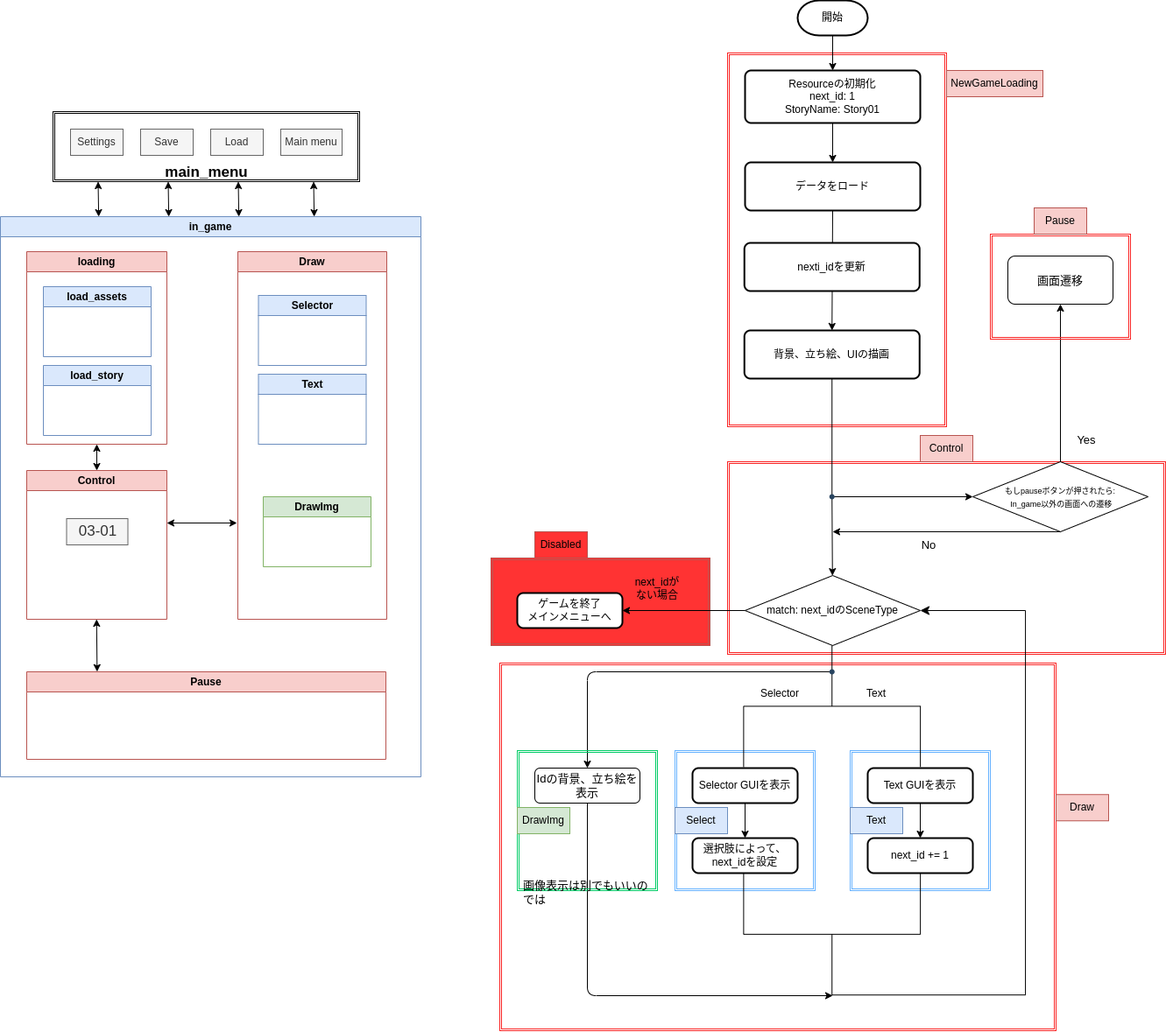
Above: drawio/03_InGame.drawio.png in karasunokoppu/simple-novel-game (draw.io), before the change. Source tidied: cells renumbered, new cells last; positions are measured from the earlier drawing's top-left corner, leaving out a move shared by most shapes.
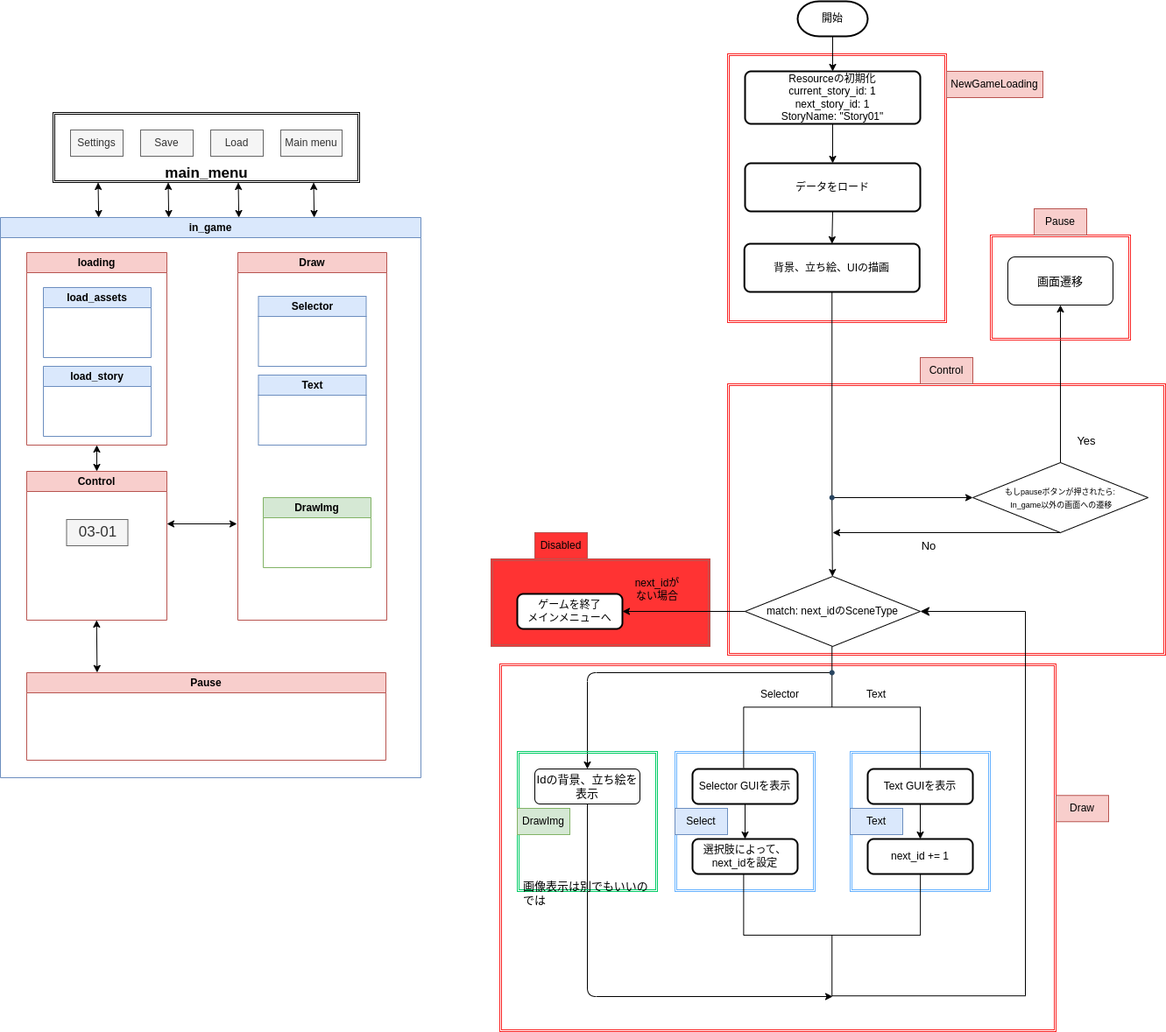
After the change.

The edit, as a diff of the source:
```diff
@@ -12,10 +12,10 @@
       <mxGeometry x="770" y="857" width="160" height="160" as="geometry" />
     </mxCell>
     <mxCell id="5" style="shape=ext;double=1;rounded=0;whiteSpace=wrap;html=1;fontSize=17;fillColor=none;strokeColor=#FA2323;" parent="1" vertex="1">
-      <mxGeometry x="830" y="60" width="250" height="427" as="geometry" />
+      <mxGeometry x="830" y="60" width="250" height="307" as="geometry" />
     </mxCell>
     <mxCell id="6" style="shape=ext;double=1;rounded=0;whiteSpace=wrap;html=1;fontSize=17;fillColor=none;strokeColor=#FA2323;" parent="1" vertex="1">
-      <mxGeometry x="830" y="527" width="500" height="220" as="geometry" />
+      <mxGeometry x="830" y="437" width="500" height="310" as="geometry" />
     </mxCell>
     <mxCell id="7" value="in_game" style="swimlane;whiteSpace=wrap;html=1;fillColor=#dae8fc;strokeColor=#6c8ebf;" parent="1" vertex="1">
       <mxGeometry y="247" width="480" height="640" as="geometry" />
@@ -112,7 +112,7 @@
     <mxCell id="32" value="開始" style="strokeWidth=2;html=1;shape=mxgraph.flowchart.terminator;whiteSpace=wrap;" parent="1" vertex="1">
       <mxGeometry x="910" width="80" height="40" as="geometry" />
     </mxCell>
-    <mxCell id="33" value="Resourceの初期化&lt;br&gt;next_id: 1&lt;br&gt;StoryName: Story01" style="rounded=1;whiteSpace=wrap;html=1;absoluteArcSize=1;arcSize=14;strokeWidth=2;" parent="1" vertex="1">
+    <mxCell id="33" value="Resourceの初期化&lt;br&gt;current_story_id: 1&lt;br&gt;next_story_id: 1&lt;br&gt;StoryName: &quot;Story01&quot;" style="rounded=1;whiteSpace=wrap;html=1;absoluteArcSize=1;arcSize=14;strokeWidth=2;" parent="1" vertex="1">
       <mxGeometry x="850" y="80" width="200" height="60" as="geometry" />
     </mxCell>
     <mxCell id="34" value="データをロード" style="rounded=1;whiteSpace=wrap;html=1;absoluteArcSize=1;arcSize=14;strokeWidth=2;" parent="1" vertex="1">
@@ -175,7 +175,7 @@
       </mxGeometry>
     </mxCell>
     <mxCell id="52" value="Control" style="text;html=1;strokeColor=#b85450;fillColor=#f8cecc;align=center;verticalAlign=middle;whiteSpace=wrap;rounded=0;" parent="1" vertex="1">
-      <mxGeometry x="1050" y="497" width="60" height="30" as="geometry" />
+      <mxGeometry x="1050" y="407" width="60" height="30" as="geometry" />
     </mxCell>
     <mxCell id="53" value="NewGameLoading" style="text;html=1;strokeColor=#b85450;fillColor=#f8cecc;align=center;verticalAlign=middle;whiteSpace=wrap;rounded=0;" parent="1" vertex="1">
       <mxGeometry x="1080" y="80" width="110" height="30" as="geometry" />
@@ -196,7 +196,7 @@
       <mxGeometry x="1180" y="237" width="60" height="30" as="geometry" />
     </mxCell>
     <mxCell id="59" value="背景、立ち絵、UIの描画" style="rounded=1;whiteSpace=wrap;html=1;absoluteArcSize=1;arcSize=14;strokeWidth=2;" parent="1" vertex="1">
-      <mxGeometry x="849.2" y="377" width="200" height="55" as="geometry" />
+      <mxGeometry x="849.2" y="277" width="200" height="55" as="geometry" />
     </mxCell>
     <mxCell id="60" style="endArrow=classic;html=1;exitDx=0;exitDy=0;startArrow=none;" parent="1" edge="1" source="72" target="37">
       <mxGeometry relative="1" as="geometry" />
@@ -276,8 +276,5 @@
     <mxCell id="79" value="Disabled" style="text;html=1;strokeColor=#B85450;fillColor=#FF3333;align=center;verticalAlign=middle;whiteSpace=wrap;rounded=0;" parent="1" vertex="1">
       <mxGeometry x="610" y="607" width="60" height="30" as="geometry" />
     </mxCell>
-    <mxCell id="80" value="nexti_idを更新" style="rounded=1;whiteSpace=wrap;html=1;absoluteArcSize=1;arcSize=14;strokeWidth=2;" parent="1" vertex="1">
-      <mxGeometry x="849.2" y="277" width="200" height="55" as="geometry" />
-    </mxCell>
   </root>
 </mxGraphModel>
```
